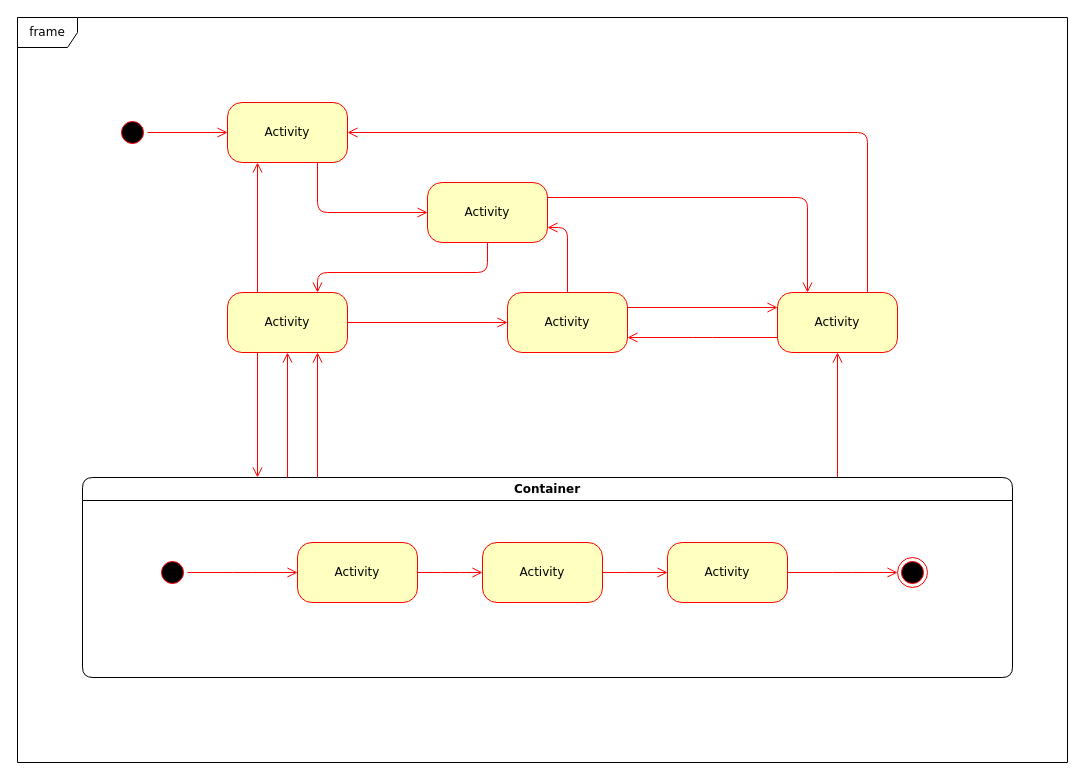
zkud/wannait keeps this draw.io diagram as Documents/Design/State/state_diagram.drawio. Above is the earlier version. Source tidied: cells renumbered, new cells numbered last; positions are measured from the earlier drawing's top-left corner, leaving out a move shared by most shapes. Both pictures are drawn from the tidied source at 100%, with x=0, y=0 at pixel (17, 17).
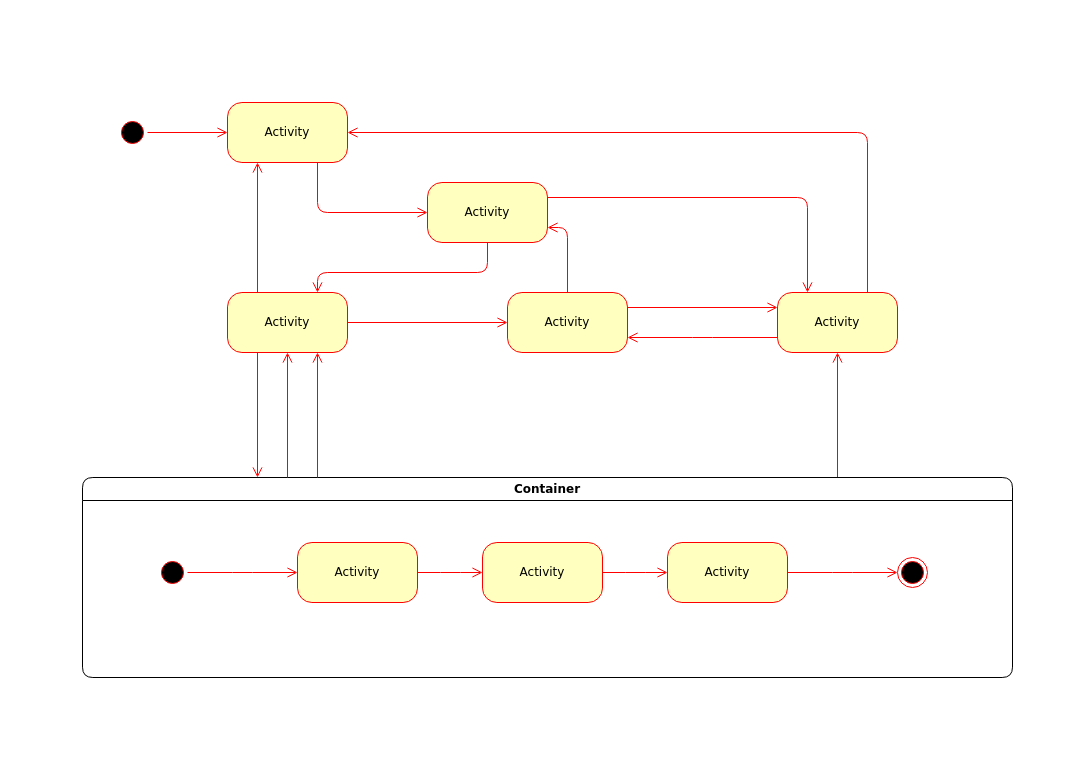
Above is the later version.

Change to the diagram source:
```diff
@@
-    <mxCell id="22" value="frame" style="shape=umlFrame;whiteSpace=wrap;html=1;rounded=1;shadow=0;comic=0;labelBackgroundColor=none;strokeColor=#000000;strokeWidth=1;fillColor=#ffffff;fontFamily=Verdana;fontSize=12;fontColor=#000000;align=center;" parent="1" vertex="1">
-      <mxGeometry width="1050" height="745" as="geometry" />
-    </mxCell>
```
